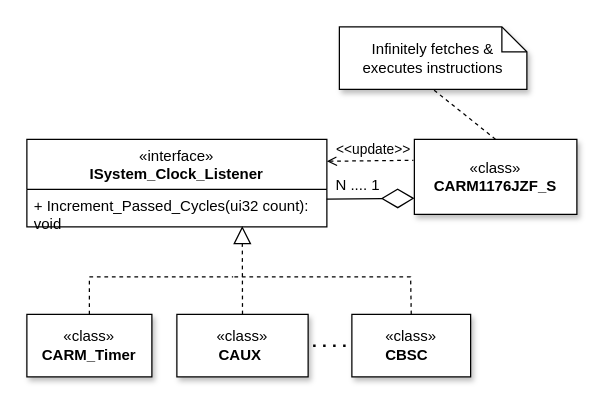
The draw.io diagram docs/diagrams/peripherals/system_clock_listener.drawio in silhavyj/ZeroMate, before the edit. Source tidied: cells renumbered, new cells numbered last; positions are measured from the earlier drawing's top-left corner, leaving out a move shared by most shapes. Both pictures are drawn from the tidied source at 125%, with x=0, y=0 at pixel (26, 26).
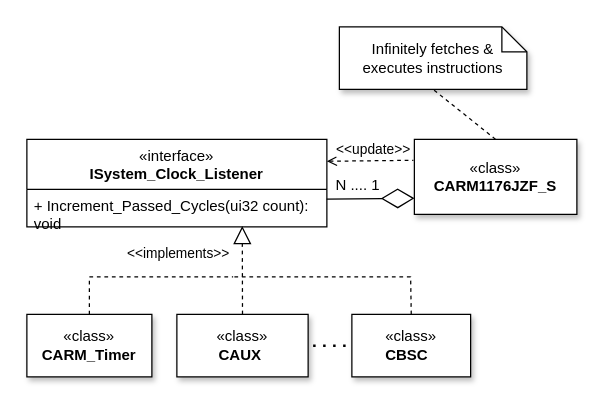
Above is the later version.

Change to the diagram source:
```diff
@@
+    <mxCell id="18" value="&amp;lt;&amp;lt;implements&amp;gt;&amp;gt;" style="edgeLabel;html=1;align=center;verticalAlign=middle;fontFamily=Computer Modern;" parent="1" vertex="1">
+      <mxGeometry x="120" y="180" as="geometry" />
+    </mxCell>
```
